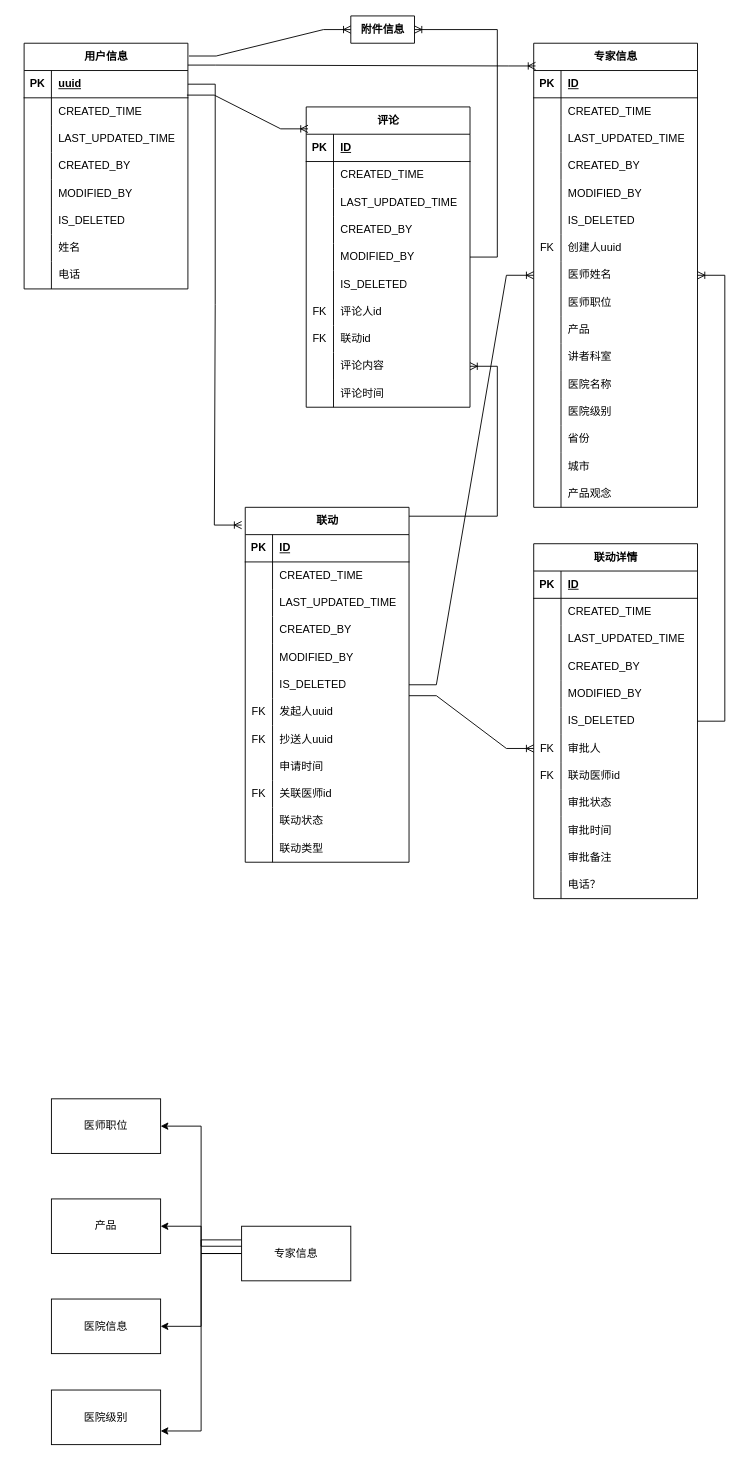
Earlier version of the draw.io diagram demo-er.drawio (1846872430/shj_chart). Source tidied: cells renumbered, new cells numbered last; positions are measured from the earlier drawing's top-left corner, leaving out a move shared by most shapes. Both pictures are drawn from the tidied source at 91%, with x=0, y=0 at pixel (24, 15).
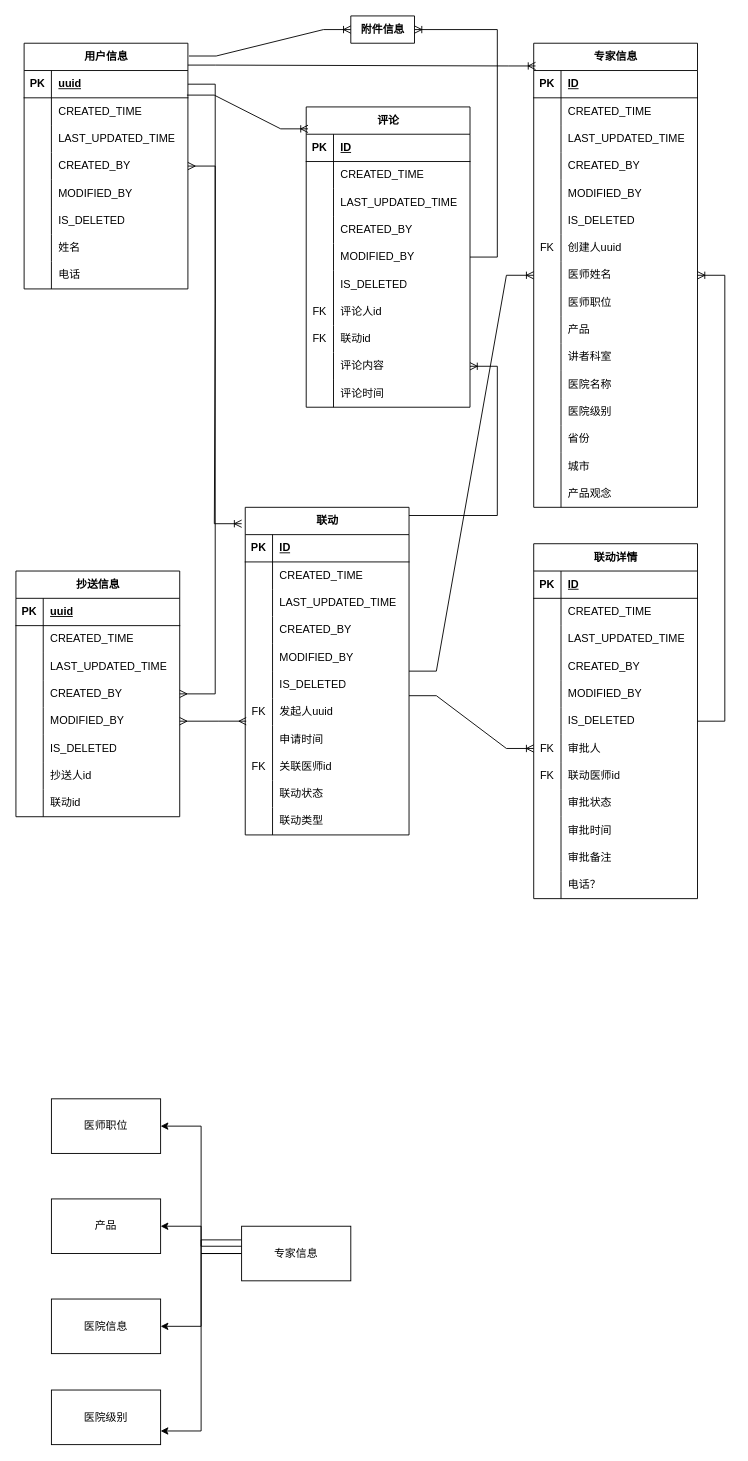
The same page after the edit.

Unchanged cells that the change refers to:
```xml
<mxCell id="11" value="用户信息" style="shape=table;startSize=30;childLayout=tableLayout;rowLines=0;fontStyle=1;align=center;html=1;" parent="1" vertex="1">
  <mxGeometry y="30" width="180" height="270" as="geometry" />
</mxCell>
<mxCell id="106" style="shape=tableRow;horizontal=0;startSize=0;swimlaneHead=0;swimlaneBody=0;fillColor=none;points=[[0,0.5],[1,0.5]];portConstraint=eastwest;top=0;left=0;right=0;bottom=0;" parent="87" vertex="1">
  <mxGeometry y="210" width="180" height="30" as="geometry" />
</mxCell>
```

What changed in the source:
```diff
@@
     <mxCell id="87" value="联动" style="shape=table;startSize=30;childLayout=tableLayout;rowLines=0;fontStyle=1;align=center;html=1;" parent="1" vertex="1">
-      <mxGeometry x="243" y="540" width="180" height="390" as="geometry" />
+      <mxGeometry x="243" y="540" width="180" height="360" as="geometry" />
     </mxCell>
@@
-    <mxCell id="109" style="shape=tableRow;horizontal=0;startSize=0;swimlaneHead=0;swimlaneBody=0;fillColor=none;top=0;left=0;right=0;bottom=0;" parent="87" vertex="1">
-      <mxGeometry y="240" width="180" height="30" as="geometry" />
-    </mxCell>
-    <mxCell id="110" value="&lt;div&gt;FK&lt;/div&gt;" style="shape=partialRectangle;fillColor=none;top=0;left=0;bottom=0;right=0;overflow=hidden;whiteSpace=wrap;html=1;" parent="109" vertex="1">
-      <mxGeometry width="30" height="30" as="geometry" />
-    </mxCell>
-    <mxCell id="111" value="抄送人uuid" style="shape=partialRectangle;fillColor=none;top=0;left=0;bottom=0;right=0;align=left;spacingLeft=6;overflow=hidden;whiteSpace=wrap;html=1;" parent="109" vertex="1">
-      <mxGeometry x="30" width="150" height="30" as="geometry" />
-    </mxCell>
     <mxCell id="112" style="shape=tableRow;horizontal=0;startSize=0;swimlaneHead=0;swimlaneBody=0;fillColor=none;top=0;left=0;right=0;bottom=0;" parent="87" vertex="1">
-      <mxGeometry y="270" width="180" height="30" as="geometry" />
+      <mxGeometry y="240" width="180" height="30" as="geometry" />
     </mxCell>
@@
     <mxCell id="115" style="shape=tableRow;horizontal=0;startSize=0;swimlaneHead=0;swimlaneBody=0;fillColor=none;top=0;left=0;right=0;bottom=0;" parent="87" vertex="1">
-      <mxGeometry y="300" width="180" height="30" as="geometry" />
+      <mxGeometry y="270" width="180" height="30" as="geometry" />
     </mxCell>
@@
     <mxCell id="118" style="shape=tableRow;horizontal=0;startSize=0;swimlaneHead=0;swimlaneBody=0;fillColor=none;top=0;left=0;right=0;bottom=0;" parent="87" vertex="1">
-      <mxGeometry y="330" width="180" height="30" as="geometry" />
+      <mxGeometry y="300" width="180" height="30" as="geometry" />
     </mxCell>
@@
     <mxCell id="121" style="shape=tableRow;horizontal=0;startSize=0;swimlaneHead=0;swimlaneBody=0;fillColor=none;top=0;left=0;right=0;bottom=0;" parent="87" vertex="1">
-      <mxGeometry y="360" width="180" height="30" as="geometry" />
+      <mxGeometry y="330" width="180" height="30" as="geometry" />
     </mxCell>
@@
+    <mxCell id="200" value="抄送信息" style="shape=table;startSize=30;childLayout=tableLayout;rowLines=0;fontStyle=1;align=center;html=1;" parent="1" vertex="1">
+      <mxGeometry x="-9" y="610" width="180" height="270" as="geometry" />
+    </mxCell>
+    <mxCell id="201" style="shape=tableRow;horizontal=0;startSize=0;swimlaneHead=0;swimlaneBody=0;fillColor=none;top=0;left=0;right=0;bottom=1;" parent="200" vertex="1">
+      <mxGeometry y="30" width="180" height="30" as="geometry" />
+    </mxCell>
+    <mxCell id="202" value="PK" style="shape=partialRectangle;fillColor=none;top=0;left=0;bottom=0;right=0;fontStyle=1;overflow=hidden;whiteSpace=wrap;html=1;" parent="201" vertex="1">
+      <mxGeometry width="30" height="30" as="geometry" />
+    </mxCell>
+    <mxCell id="203" value="uuid" style="shape=partialRectangle;fillColor=none;top=0;left=0;bottom=0;right=0;align=left;spacingLeft=6;fontStyle=5;overflow=hidden;whiteSpace=wrap;html=1;" parent="201" vertex="1">
+      <mxGeometry x="30" width="150" height="30" as="geometry" />
+    </mxCell>
+    <mxCell id="204" style="shape=tableRow;horizontal=0;startSize=0;swimlaneHead=0;swimlaneBody=0;fillColor=none;top=0;left=0;right=0;bottom=0;" parent="200" vertex="1">
+      <mxGeometry y="60" width="180" height="30" as="geometry" />
+    </mxCell>
+    <mxCell id="205" style="shape=partialRectangle;fillColor=none;top=0;left=0;bottom=0;right=0;overflow=hidden;whiteSpace=wrap;html=1;" parent="204" vertex="1">
+      <mxGeometry width="30" height="30" as="geometry" />
+    </mxCell>
+    <mxCell id="206" value="CREATED_TIME" style="shape=partialRectangle;fillColor=none;top=0;left=0;bottom=0;right=0;align=left;spacingLeft=6;overflow=hidden;whiteSpace=wrap;html=1;" parent="204" vertex="1">
+      <mxGeometry x="30" width="150" height="30" as="geometry" />
+    </mxCell>
+    <mxCell id="207" style="shape=tableRow;horizontal=0;startSize=0;swimlaneHead=0;swimlaneBody=0;fillColor=none;top=0;left=0;right=0;bottom=0;" parent="200" vertex="1">
+      <mxGeometry y="90" width="180" height="30" as="geometry" />
+    </mxCell>
+    <mxCell id="208" style="shape=partialRectangle;fillColor=none;top=0;left=0;bottom=0;right=0;overflow=hidden;whiteSpace=wrap;html=1;" parent="207" vertex="1">
+      <mxGeometry width="30" height="30" as="geometry" />
+    </mxCell>
+    <mxCell id="209" value="LAST_UPDATED_TIME" style="shape=partialRectangle;fillColor=none;top=0;left=0;bottom=0;right=0;align=left;spacingLeft=6;overflow=hidden;whiteSpace=wrap;html=1;" parent="207" vertex="1">
+      <mxGeometry x="30" width="150" height="30" as="geometry" />
+    </mxCell>
+    <mxCell id="210" style="shape=tableRow;horizontal=0;startSize=0;swimlaneHead=0;swimlaneBody=0;fillColor=none;top=0;left=0;right=0;bottom=0;" parent="200" vertex="1">
+      <mxGeometry y="120" width="180" height="30" as="geometry" />
+    </mxCell>
+    <mxCell id="211" value="&lt;div&gt;&lt;br/&gt;&lt;/div&gt;" style="shape=partialRectangle;fillColor=none;top=0;left=0;bottom=0;right=0;overflow=hidden;whiteSpace=wrap;html=1;" parent="210" vertex="1">
+      <mxGeometry width="30" height="30" as="geometry" />
+    </mxCell>
+    <mxCell id="212" value="CREATED_BY" style="shape=partialRectangle;fillColor=none;top=0;left=0;bottom=0;right=0;align=left;spacingLeft=6;overflow=hidden;whiteSpace=wrap;html=1;" parent="210" vertex="1">
+      <mxGeometry x="30" width="150" height="30" as="geometry" />
+    </mxCell>
+    <mxCell id="213" style="shape=tableRow;horizontal=0;startSize=0;swimlaneHead=0;swimlaneBody=0;fillColor=none;points=[[0,0.5],[1,0.5]];portConstraint=eastwest;top=0;left=0;right=0;bottom=0;" parent="200" vertex="1">
+      <mxGeometry y="150" width="180" height="30" as="geometry" />
+    </mxCell>
+    <mxCell id="214" value="&lt;div&gt;&lt;br/&gt;&lt;/div&gt;" style="shape=partialRectangle;fillColor=none;top=0;left=0;bottom=0;right=0;overflow=hidden;whiteSpace=wrap;html=1;" parent="213" vertex="1">
+      <mxGeometry width="30" height="30" as="geometry" />
+    </mxCell>
+    <mxCell id="215" value="MODIFIED_BY" style="shape=partialRectangle;fillColor=none;top=0;left=0;bottom=0;right=0;align=left;spacingLeft=6;overflow=hidden;whiteSpace=wrap;html=1;" parent="213" vertex="1">
+      <mxGeometry x="30" width="150" height="30" as="geometry" />
+    </mxCell>
+    <mxCell id="216" style="shape=tableRow;horizontal=0;startSize=0;swimlaneHead=0;swimlaneBody=0;fillColor=none;top=0;left=0;right=0;bottom=0;" parent="200" vertex="1">
+      <mxGeometry y="180" width="180" height="30" as="geometry" />
+    </mxCell>
+    <mxCell id="217" value="&lt;div&gt;&lt;br/&gt;&lt;/div&gt;" style="shape=partialRectangle;fillColor=none;top=0;left=0;bottom=0;right=0;overflow=hidden;whiteSpace=wrap;html=1;" parent="216" vertex="1">
+      <mxGeometry width="30" height="30" as="geometry" />
+    </mxCell>
+    <mxCell id="218" value="IS_DELETED" style="shape=partialRectangle;fillColor=none;top=0;left=0;bottom=0;right=0;align=left;spacingLeft=6;overflow=hidden;whiteSpace=wrap;html=1;" parent="216" vertex="1">
+      <mxGeometry x="30" width="150" height="30" as="geometry" />
+    </mxCell>
+    <mxCell id="219" style="shape=tableRow;horizontal=0;startSize=0;swimlaneHead=0;swimlaneBody=0;fillColor=none;top=0;left=0;right=0;bottom=0;" parent="200" vertex="1">
+      <mxGeometry y="210" width="180" height="30" as="geometry" />
+    </mxCell>
+    <mxCell id="220" value="&lt;div&gt;&lt;br/&gt;&lt;/div&gt;" style="shape=partialRectangle;fillColor=none;top=0;left=0;bottom=0;right=0;overflow=hidden;whiteSpace=wrap;html=1;" parent="219" vertex="1">
+      <mxGeometry width="30" height="30" as="geometry" />
+    </mxCell>
+    <mxCell id="221" value="抄送人id" style="shape=partialRectangle;fillColor=none;top=0;left=0;bottom=0;right=0;align=left;spacingLeft=6;overflow=hidden;whiteSpace=wrap;html=1;" parent="219" vertex="1">
+      <mxGeometry x="30" width="150" height="30" as="geometry" />
+    </mxCell>
+    <mxCell id="109" style="shape=tableRow;horizontal=0;startSize=0;swimlaneHead=0;swimlaneBody=0;fillColor=none;top=0;left=0;right=0;bottom=0;" parent="200" vertex="1">
+      <mxGeometry y="240" width="180" height="30" as="geometry" />
+    </mxCell>
+    <mxCell id="222" style="shape=partialRectangle;fillColor=none;top=0;left=0;bottom=0;right=0;overflow=hidden;whiteSpace=wrap;html=1;" parent="109" vertex="1">
+      <mxGeometry width="30" height="30" as="geometry" />
+    </mxCell>
+    <mxCell id="223" value="联动id" style="shape=partialRectangle;fillColor=none;top=0;left=0;bottom=0;right=0;align=left;spacingLeft=6;overflow=hidden;whiteSpace=wrap;html=1;" parent="109" vertex="1">
+      <mxGeometry x="30" width="150" height="30" as="geometry" />
+    </mxCell>
+    <mxCell id="224" style="edgeStyle=entityRelationEdgeStyle;fontSize=12;html=1;endArrow=ERmany;startArrow=ERmany;rounded=0;" parent="1" edge="1" source="200" target="11">
+      <mxGeometry relative="1" as="geometry">
+        <Array as="points">
+          <mxPoint x="151" y="340" />
+        </Array>
+      </mxGeometry>
+    </mxCell>
+    <mxCell id="225" style="edgeStyle=entityRelationEdgeStyle;fontSize=12;html=1;endArrow=ERmany;startArrow=ERmany;rounded=0;exitX=1;exitY=0.5;exitDx=0;exitDy=0;entryX=0.006;entryY=0.833;entryDx=0;entryDy=0;entryPerimeter=0;" parent="1" edge="1" source="213" target="106">
+      <mxGeometry relative="1" as="geometry" />
+    </mxCell>
```
